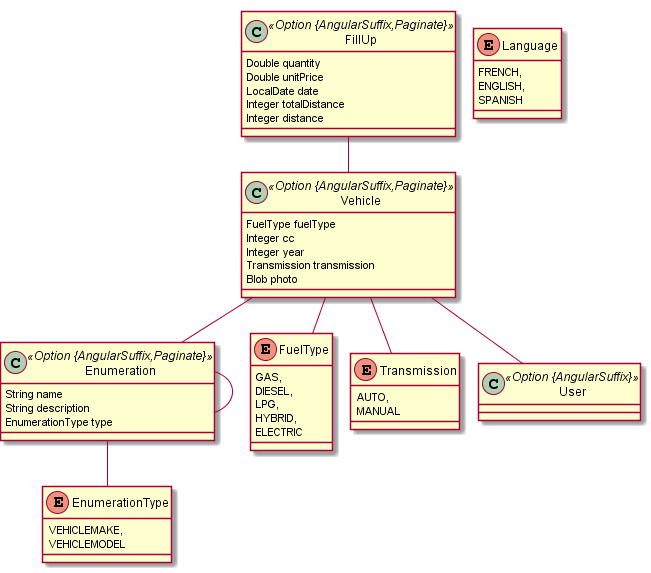
The PlantUML diagram jhipster/jhipster-jdl.png in hazerbaker/yakitanaliz, before a commit. Its diagram source:
```plantuml
@startuml
	!pragma graphviz_dot jdot
	!pragma syntax class
	class Enumeration <<Option {AngularSuffix,Paginate}>> {
		String name
		String description
		EnumerationType type
	}
	Enumeration ..> EnumerationType
	class Vehicle <<Option {AngularSuffix,Paginate}>> {
		FuelType fuelType
		Integer cc
		Integer year
		Transmission transmission
		Blob photo
	}
	Vehicle ..> FuelType
	Vehicle ..> Transmission
	class FillUp <<Option {AngularSuffix,Paginate}>> {
		Double quantity
		Double unitPrice
		LocalDate date
		Integer totalDistance
		Integer distance
	}
	enum Language {
		FRENCH,
		ENGLISH,
		SPANISH
	}
	enum FuelType {
		GAS,
		DIESEL,
		LPG,
		HYBRID,
		ELECTRIC
	}
	enum EnumerationType {
		VEHICLEMAKE,
		VEHICLEMODEL
	}
	enum Transmission {
		AUTO,
		MANUAL
	}
	Vehicle  "model 0..* " o-- "0..1 "  Enumeration
	FillUp  "vehicle 0..* " o-- "0..1 "  Vehicle
	Enumeration  "parent 0..* " o-- "0..1 "  Enumeration
	Vehicle  "user 0..* " o-- "0..1 "  User
	class User <<Option {AngularSuffix}>> {
	}
@enduml
```
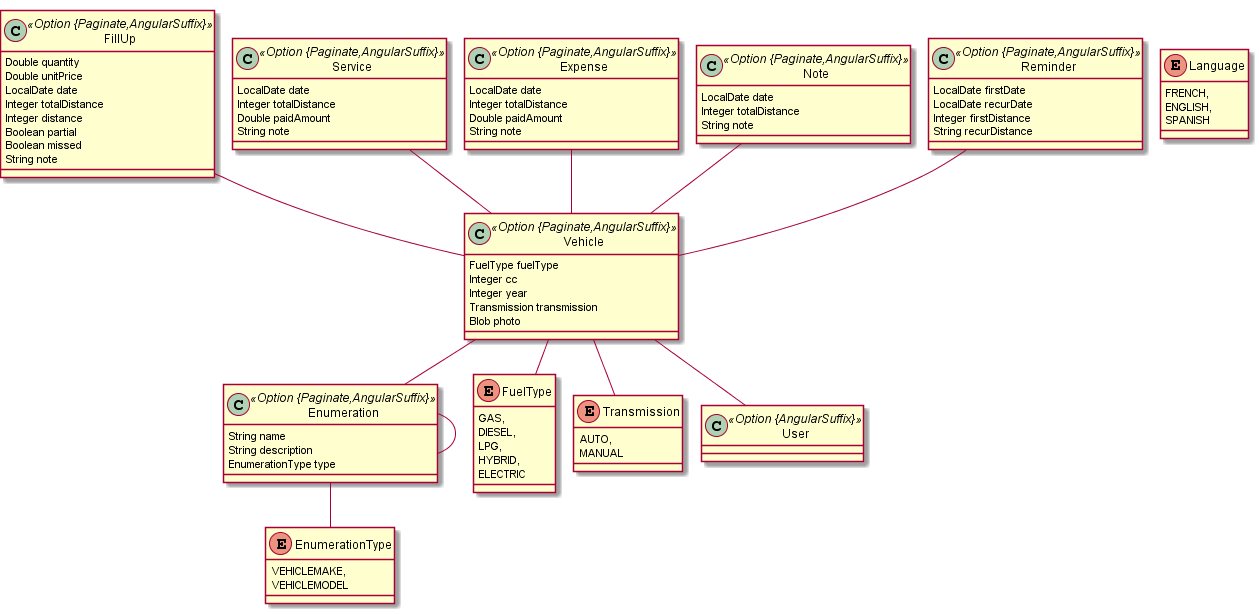
The same diagram one commit later.

The edit, as a diff of the source:
```diff
@@ -1,13 +1,13 @@
 @startuml
 	!pragma graphviz_dot jdot
 	!pragma syntax class
-	class Enumeration <<Option {AngularSuffix,Paginate}>> {
+	class Enumeration <<Option {Paginate,AngularSuffix}>> {
 		String name
 		String description
 		EnumerationType type
 	}
 	Enumeration ..> EnumerationType
-	class Vehicle <<Option {AngularSuffix,Paginate}>> {
+	class Vehicle <<Option {Paginate,AngularSuffix}>> {
 		FuelType fuelType
 		Integer cc
 		Integer year
@@ -16,12 +16,38 @@
 	}
 	Vehicle ..> FuelType
 	Vehicle ..> Transmission
-	class FillUp <<Option {AngularSuffix,Paginate}>> {
+	class FillUp <<Option {Paginate,AngularSuffix}>> {
 		Double quantity
 		Double unitPrice
 		LocalDate date
 		Integer totalDistance
 		Integer distance
+		Boolean partial
+		Boolean missed
+		String note
+	}
+	class Service <<Option {Paginate,AngularSuffix}>> {
+		LocalDate date
+		Integer totalDistance
+		Double paidAmount
+		String note
+	}
+	class Expense <<Option {Paginate,AngularSuffix}>> {
+		LocalDate date
+		Integer totalDistance
+		Double paidAmount
+		String note
+	}
+	class Note <<Option {Paginate,AngularSuffix}>> {
+		LocalDate date
+		Integer totalDistance
+		String note
+	}
+	class Reminder <<Option {Paginate,AngularSuffix}>> {
+		LocalDate firstDate
+		LocalDate recurDate
+		Integer firstDistance
+		String recurDistance
 	}
 	enum Language {
 		FRENCH,
@@ -45,6 +71,10 @@
 	}
 	Vehicle  "model 0..* " o-- "0..1 "  Enumeration
 	FillUp  "vehicle 0..* " o-- "0..1 "  Vehicle
+	Service  "vehicle 0..* " o-- "0..1 "  Vehicle
+	Expense  "vehicle 0..* " o-- "0..1 "  Vehicle
+	Note  "vehicle 0..* " o-- "0..1 "  Vehicle
+	Reminder  "vehicle 0..* " o-- "0..1 "  Vehicle
 	Enumeration  "parent 0..* " o-- "0..1 "  Enumeration
 	Vehicle  "user 0..* " o-- "0..1 "  User
 	class User <<Option {AngularSuffix}>> {
```
